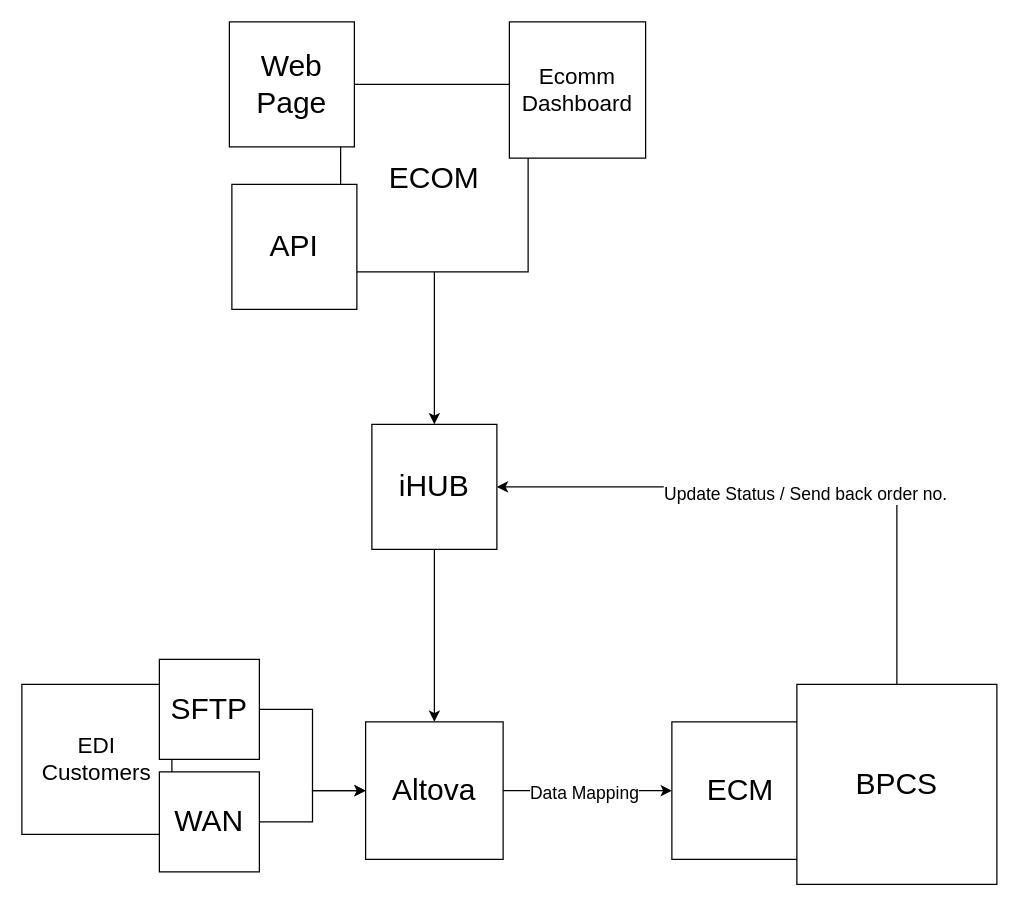
Earlier version of the draw.io diagram SCC-big-picture-draft.drawio (LukaszJessa/diagrams). Source tidied: cells renumbered, new cells numbered last; positions are measured from the earlier drawing's top-left corner, leaving out a move shared by most shapes. Both pictures are drawn from the tidied source at 125%, with x=0, y=0 at pixel (21, 21).
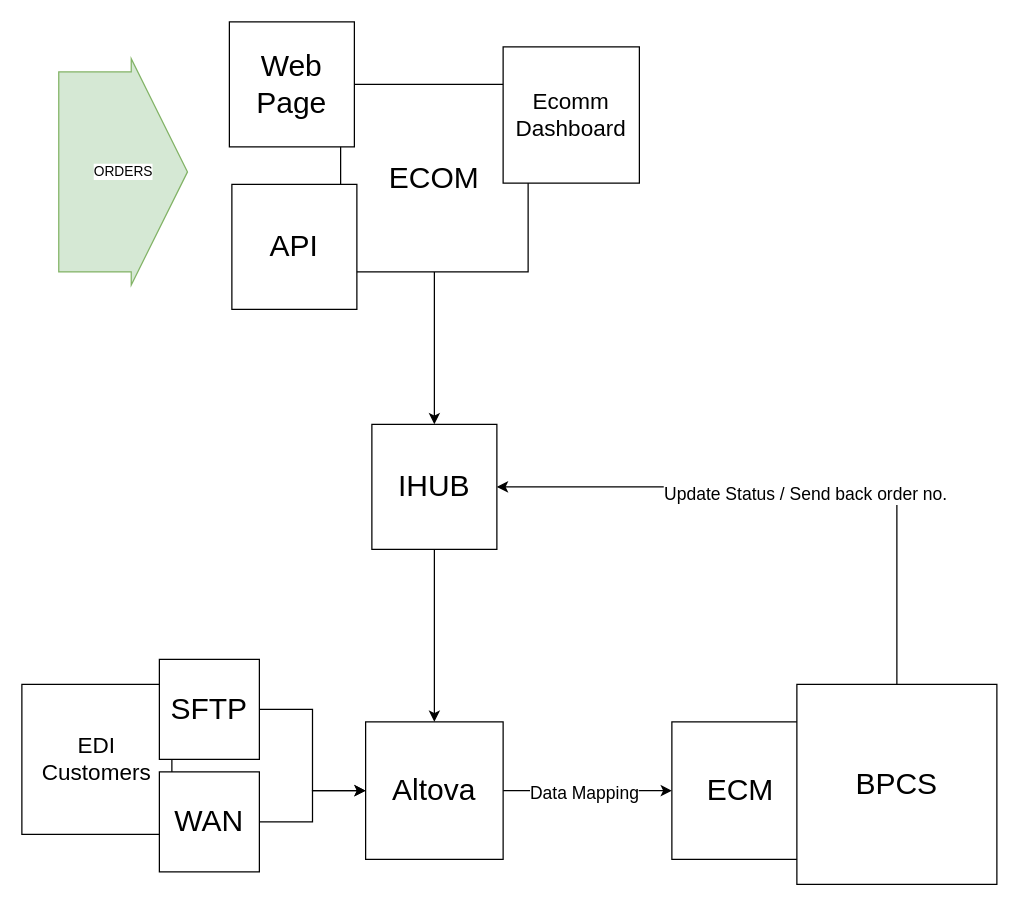
Above is the later version.

What changed in the source:
```diff
@@
-    <mxCell id="14" value="&lt;font style=&quot;font-size: 24px;&quot;&gt;iHUB&lt;/font&gt;" style="whiteSpace=wrap;html=1;" parent="1" vertex="1">
+    <mxCell id="14" value="&lt;font style=&quot;font-size: 24px;&quot;&gt;IHUB&lt;/font&gt;" style="whiteSpace=wrap;html=1;" parent="1" vertex="1">
       <mxGeometry x="280" y="322" width="100" height="100" as="geometry" />
     </mxCell>
     <mxCell id="15" value="&lt;font style=&quot;font-size: 18px;&quot;&gt;Ecomm Dashboard&lt;/font&gt;" style="whiteSpace=wrap;html=1;" parent="1" vertex="1">
-      <mxGeometry x="390" width="109" height="109" as="geometry" />
+      <mxGeometry x="385" y="20" width="109" height="109" as="geometry" />
     </mxCell>
@@
+    <mxCell id="21" value="ORDERS" style="shape=flexArrow;endArrow=classic;html=1;rounded=0;width=160;endSize=14.67;fillColor=#d5e8d4;strokeColor=#82b366;" parent="1" edge="1">
+      <mxGeometry relative="1" as="geometry">
+        <mxPoint x="29" y="120" as="sourcePoint" />
+        <mxPoint x="133" y="120" as="targetPoint" />
+      </mxGeometry>
+    </mxCell>
```
